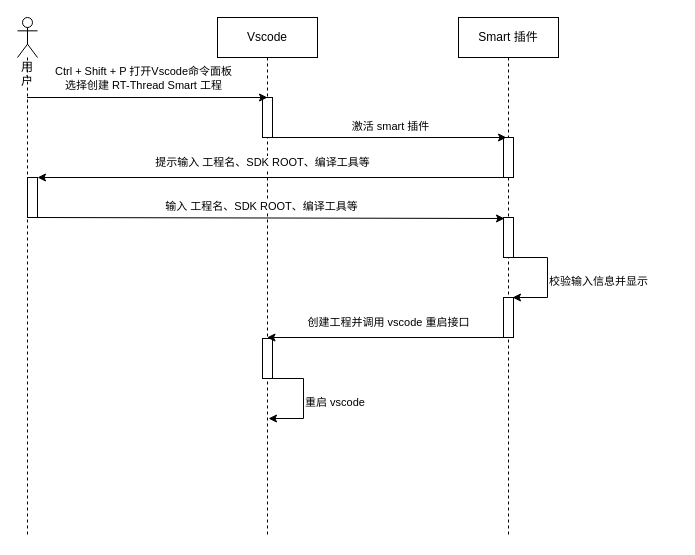
Above: vscode/smart-vscode.drawio in ErikChanGit/Draw.io (draw.io), before the change. Source tidied: cells renumbered, new cells numbered last; positions are measured from the earlier drawing's top-left corner, leaving out a move shared by most shapes. Both pictures are drawn from the tidied source at 100%, with x=0, y=0 at pixel (17, 17).
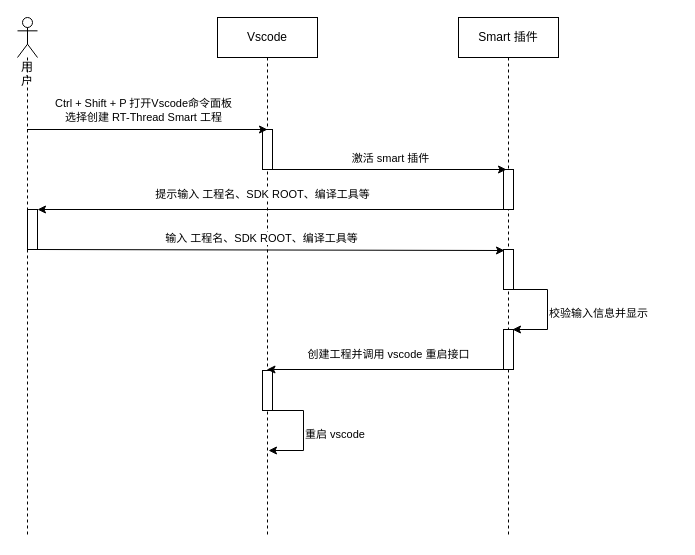
The same diagram, later.

The change refers to these unchanged cells:
```xml
<mxCell id="2" value="Vscode" style="shape=umlLifeline;perimeter=lifelinePerimeter;whiteSpace=wrap;html=1;outlineConnect=0;" parent="1" vertex="1">
  <mxGeometry x="200" width="100" height="520" as="geometry" />
</mxCell>
<mxCell id="5" value="用户" style="shape=umlLifeline;participant=umlActor;perimeter=lifelinePerimeter;whiteSpace=wrap;html=1;verticalAlign=top;spacingTop=36;outlineConnect=0;" parent="1" vertex="1">
  <mxGeometry width="20" height="520" as="geometry" />
</mxCell>
<mxCell id="7" value="Smart 插件" style="shape=umlLifeline;perimeter=lifelinePerimeter;whiteSpace=wrap;html=1;" parent="1" vertex="1">
  <mxGeometry x="441" width="100" height="520" as="geometry" />
</mxCell>
```

The edit, as a diff of the source:
```diff
@@
     <mxCell id="3" style="html=1;points=[];perimeter=orthogonalPerimeter;" parent="2" vertex="1">
-      <mxGeometry x="45" y="80" width="10" height="40" as="geometry" />
+      <mxGeometry x="45" y="112" width="10" height="40" as="geometry" />
     </mxCell>
     <mxCell id="4" style="html=1;perimeter=orthogonalPerimeter;" parent="2" vertex="1">
-      <mxGeometry x="45" y="321" width="10" height="40" as="geometry" />
+      <mxGeometry x="45" y="353" width="10" height="40" as="geometry" />
     </mxCell>
@@
     <mxCell id="6" style="html=1;points=[];perimeter=orthogonalPerimeter;" parent="5" vertex="1">
-      <mxGeometry x="10" y="160" width="10" height="40" as="geometry" />
+      <mxGeometry x="10" y="192" width="10" height="40" as="geometry" />
     </mxCell>
@@
     <mxCell id="8" style="html=1;perimeter=orthogonalPerimeter;" parent="7" vertex="1">
-      <mxGeometry x="45" y="120" width="10" height="40" as="geometry" />
+      <mxGeometry x="45" y="152" width="10" height="40" as="geometry" />
     </mxCell>
     <mxCell id="9" style="html=1;perimeter=orthogonalPerimeter;" parent="7" vertex="1">
-      <mxGeometry x="45" y="200" width="10" height="40" as="geometry" />
+      <mxGeometry x="45" y="232" width="10" height="40" as="geometry" />
     </mxCell>
     <mxCell id="10" style="html=1;perimeter=orthogonalPerimeter;" parent="7" vertex="1">
-      <mxGeometry x="45" y="280" width="10" height="40" as="geometry" />
+      <mxGeometry x="45" y="312" width="10" height="40" as="geometry" />
     </mxCell>
     <mxCell id="11" style="endArrow=classic;html=1;rounded=0;" parent="7" edge="1">
       <mxGeometry relative="1" as="geometry">
-        <mxPoint x="89" y="280" as="sourcePoint" />
-        <mxPoint x="54" y="280" as="targetPoint" />
+        <mxPoint x="89" y="312" as="sourcePoint" />
+        <mxPoint x="54" y="312" as="targetPoint" />
       </mxGeometry>
     </mxCell>
     <mxCell id="12" style="endArrow=none;html=1;rounded=0;" parent="7" edge="1">
       <mxGeometry relative="1" as="geometry">
-        <mxPoint x="55" y="240" as="sourcePoint" />
-        <mxPoint x="89" y="240" as="targetPoint" />
+        <mxPoint x="55" y="272" as="sourcePoint" />
+        <mxPoint x="89" y="272" as="targetPoint" />
       </mxGeometry>
     </mxCell>
-    <mxCell id="13" style="endArrow=classic;html=1;rounded=0;entryX=0.5;entryY=0;entryDx=0;entryDy=0;entryPerimeter=0;" parent="1" edge="1" source="5" target="3">
-      <mxGeometry relative="1" as="geometry" />
+    <mxCell id="13" style="endArrow=classic;html=1;rounded=0;entryX=0.5;entryY=0;entryDx=0;entryDy=0;entryPerimeter=0;" parent="1" edge="1" target="3">
+      <mxGeometry relative="1" as="geometry">
+        <mxPoint x="9.5" y="112" as="sourcePoint" />
+      </mxGeometry>
     </mxCell>
@@
     <mxCell id="15" style="endArrow=classic;html=1;rounded=0;entryX=0.3;entryY=0;entryDx=0;entryDy=0;entryPerimeter=0;" parent="1" edge="1">
       <mxGeometry relative="1" as="geometry">
-        <mxPoint x="250" y="120" as="sourcePoint" />
-        <mxPoint x="489" y="120" as="targetPoint" />
+        <mxPoint x="250" y="152" as="sourcePoint" />
+        <mxPoint x="489" y="152" as="targetPoint" />
       </mxGeometry>
     </mxCell>
@@
     <mxCell id="17" style="endArrow=classic;html=1;rounded=0;exitX=0.1;exitY=0.333;exitDx=0;exitDy=0;exitPerimeter=0;" parent="1" edge="1" target="6">
       <mxGeometry relative="1" as="geometry">
-        <mxPoint x="487" y="160" as="sourcePoint" />
+        <mxPoint x="487" y="192" as="sourcePoint" />
       </mxGeometry>
     </mxCell>
@@
     <mxCell id="19" style="endArrow=classic;html=1;rounded=0;entryX=0.1;entryY=0.675;entryDx=0;entryDy=0;entryPerimeter=0;" parent="1" edge="1">
       <mxGeometry relative="1" as="geometry">
-        <mxPoint x="19.8" y="200" as="sourcePoint" />
-        <mxPoint x="487" y="201" as="targetPoint" />
+        <mxPoint x="19.8" y="232" as="sourcePoint" />
+        <mxPoint x="487" y="233" as="targetPoint" />
       </mxGeometry>
     </mxCell>
@@
-    <mxCell id="21" style="endArrow=classic;html=1;rounded=0;" parent="1" edge="1" target="2">
+    <mxCell id="21" style="endArrow=classic;html=1;rounded=0;" parent="1" edge="1">
       <mxGeometry relative="1" as="geometry">
-        <mxPoint x="491" y="320" as="sourcePoint" />
+        <mxPoint x="491" y="352" as="sourcePoint" />
+        <mxPoint x="249.5" y="352" as="targetPoint" />
       </mxGeometry>
     </mxCell>
@@
     <mxCell id="23" style="endArrow=none;html=1;rounded=0;" parent="1" edge="1">
       <mxGeometry relative="1" as="geometry">
-        <mxPoint x="530" y="280" as="sourcePoint" />
-        <mxPoint x="530" y="240" as="targetPoint" />
+        <mxPoint x="530" y="312" as="sourcePoint" />
+        <mxPoint x="530" y="272" as="targetPoint" />
       </mxGeometry>
     </mxCell>
     <mxCell id="24" value="&lt;span style=&quot;color: rgb(0, 0, 0); font-family: helvetica; font-size: 11px; font-style: normal; font-weight: 400; letter-spacing: normal; text-align: center; text-indent: 0px; text-transform: none; word-spacing: 0px; background-color: rgb(255, 255, 255); display: inline; float: none;&quot;&gt;校验输入信息并显示&lt;/span&gt;" style="text;whiteSpace=wrap;html=1;" parent="1" vertex="1">
-      <mxGeometry x="530" y="250" width="130" height="30" as="geometry" />
+      <mxGeometry x="530" y="282" width="130" height="30" as="geometry" />
     </mxCell>
     <mxCell id="25" style="endArrow=classic;html=1;rounded=0;" parent="1" edge="1">
       <mxGeometry relative="1" as="geometry">
-        <mxPoint x="286" y="401" as="sourcePoint" />
-        <mxPoint x="251" y="401" as="targetPoint" />
+        <mxPoint x="286" y="433" as="sourcePoint" />
+        <mxPoint x="251" y="433" as="targetPoint" />
       </mxGeometry>
     </mxCell>
     <mxCell id="26" style="endArrow=none;html=1;rounded=0;" parent="1" edge="1">
       <mxGeometry relative="1" as="geometry">
-        <mxPoint x="252" y="361" as="sourcePoint" />
-        <mxPoint x="286" y="361" as="targetPoint" />
+        <mxPoint x="252" y="393" as="sourcePoint" />
+        <mxPoint x="286" y="393" as="targetPoint" />
       </mxGeometry>
     </mxCell>
     <mxCell id="27" style="endArrow=none;html=1;rounded=0;" parent="1" edge="1">
       <mxGeometry relative="1" as="geometry">
-        <mxPoint x="286" y="401" as="sourcePoint" />
-        <mxPoint x="286" y="361" as="targetPoint" />
+        <mxPoint x="286" y="433" as="sourcePoint" />
+        <mxPoint x="286" y="393" as="targetPoint" />
       </mxGeometry>
     </mxCell>
     <mxCell id="28" value="&lt;span style=&quot;color: rgb(0 , 0 , 0) ; font-family: &amp;#34;helvetica&amp;#34; ; font-size: 11px ; font-style: normal ; font-weight: 400 ; letter-spacing: normal ; text-align: center ; text-indent: 0px ; text-transform: none ; word-spacing: 0px ; background-color: rgb(255 , 255 , 255) ; display: inline ; float: none&quot;&gt;重启 vscode&lt;/span&gt;" style="text;whiteSpace=wrap;html=1;" parent="1" vertex="1">
-      <mxGeometry x="286" y="371" width="130" height="30" as="geometry" />
+      <mxGeometry x="286" y="403" width="130" height="30" as="geometry" />
     </mxCell>
```
